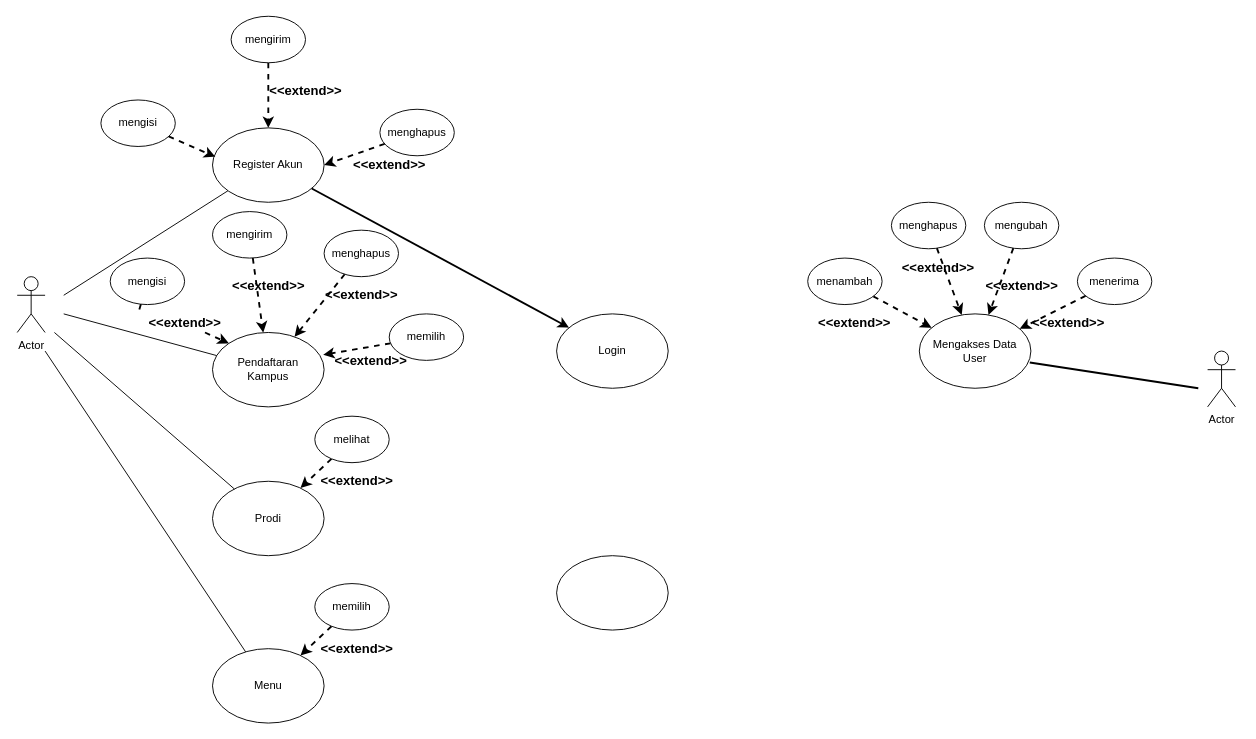
This is page "Page-4" (4 of 4) of pertemuan 12.drawio from dickisepto/Latihan-GIT, a draw.io file, before an edit. Source tidied: cells renumbered, new cells numbered last; positions are measured from the earlier drawing's top-left corner, leaving out a move shared by most shapes. Both pictures are drawn from the tidied source at 93%, with x=0, y=0 at pixel (17, 16).
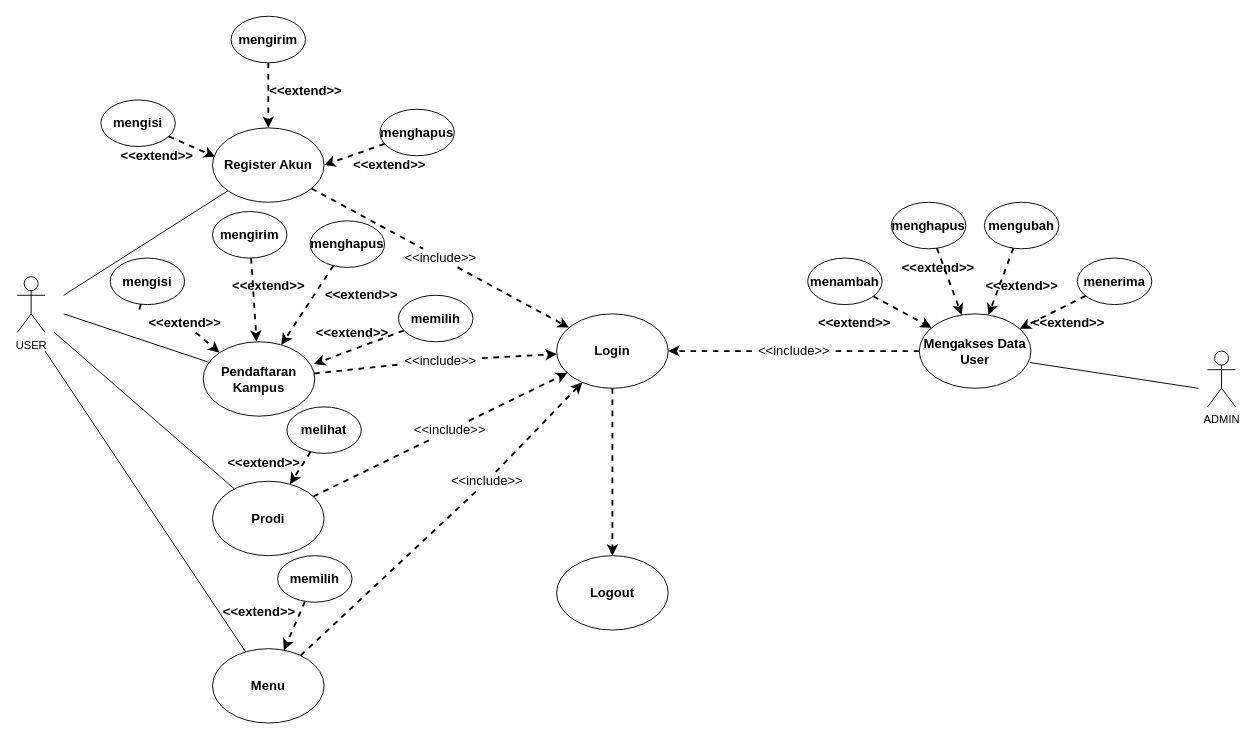
The same page after the edit.

What changed in the source:
```diff
@@
-    <mxCell id="2" value="Actor" style="shape=umlActor;verticalLabelPosition=bottom;verticalAlign=top;html=1;" parent="1" vertex="1">
+    <mxCell id="2" value="USER" style="shape=umlActor;verticalLabelPosition=bottom;verticalAlign=top;html=1;" parent="1" vertex="1">
       <mxGeometry y="280" width="30" height="60" as="geometry" />
     </mxCell>
-    <mxCell id="3" style="edgeStyle=none;rounded=0;jettySize=auto;html=1;fontSize=14;endArrow=classic;endFill=1;strokeWidth=2;" parent="1" edge="1" source="4" target="32">
+    <mxCell id="3" style="edgeStyle=none;rounded=0;jettySize=auto;html=1;fontSize=14;endArrow=classic;endFill=1;strokeWidth=2;dashed=1;startArrow=none;" parent="1" edge="1" source="62" target="32">
       <mxGeometry relative="1" as="geometry" />
     </mxCell>
-    <mxCell id="4" value="Register Akun" style="ellipse;whiteSpace=wrap;html=1;" parent="1" vertex="1">
+    <mxCell id="4" value="Register Akun" style="ellipse;whiteSpace=wrap;html=1;fontSize=14;fontStyle=1;" parent="1" vertex="1">
       <mxGeometry x="210" y="120" width="120" height="80" as="geometry" />
     </mxCell>
+    <mxCell id="57" style="edgeStyle=none;rounded=0;jettySize=auto;html=1;fontSize=14;endArrow=classic;endFill=1;strokeWidth=2;dashed=1;startArrow=none;" parent="1" edge="1" source="68" target="32">
+      <mxGeometry relative="1" as="geometry" />
+    </mxCell>
-    <mxCell id="5" value="&lt;div&gt;Pendaftaran &lt;br&gt;&lt;/div&gt;&lt;div&gt;Kampus&lt;/div&gt;" style="ellipse;whiteSpace=wrap;html=1;" parent="1" vertex="1">
-      <mxGeometry x="210" y="340" width="120" height="80" as="geometry" />
+    <mxCell id="5" value="&lt;div style=&quot;font-size: 14px;&quot;&gt;Pendaftaran &lt;br style=&quot;font-size: 14px;&quot;&gt;&lt;/div&gt;&lt;div style=&quot;font-size: 14px;&quot;&gt;Kampus&lt;/div&gt;" style="ellipse;whiteSpace=wrap;html=1;fontSize=14;fontStyle=1;" parent="1" vertex="1">
+      <mxGeometry x="200" y="350" width="120" height="80" as="geometry" />
     </mxCell>
@@
-    <mxCell id="7" value="melihat" style="ellipse;whiteSpace=wrap;html=1;" parent="1" vertex="1">
-      <mxGeometry x="320" y="430" width="80" height="50" as="geometry" />
+    <mxCell id="7" value="melihat" style="ellipse;whiteSpace=wrap;html=1;fontSize=14;fontStyle=1;" parent="1" vertex="1">
+      <mxGeometry x="290" y="420" width="80" height="50" as="geometry" />
     </mxCell>
@@
-    <mxCell id="9" value="memilih" style="ellipse;whiteSpace=wrap;html=1;" parent="1" vertex="1">
-      <mxGeometry x="320" y="610" width="80" height="50" as="geometry" />
+    <mxCell id="9" value="memilih" style="ellipse;whiteSpace=wrap;html=1;fontSize=14;fontStyle=1;" parent="1" vertex="1">
+      <mxGeometry x="280" y="580" width="80" height="50" as="geometry" />
     </mxCell>
@@
-    <mxCell id="11" value="memilih" style="ellipse;whiteSpace=wrap;html=1;" parent="1" vertex="1">
-      <mxGeometry x="400" y="320" width="80" height="50" as="geometry" />
+    <mxCell id="11" value="memilih" style="ellipse;whiteSpace=wrap;html=1;fontSize=14;fontStyle=1;" parent="1" vertex="1">
+      <mxGeometry x="410" y="300" width="80" height="50" as="geometry" />
     </mxCell>
@@
-    <mxCell id="13" value="menghapus " style="ellipse;whiteSpace=wrap;html=1;" parent="1" vertex="1">
-      <mxGeometry x="330" y="230" width="80" height="50" as="geometry" />
+    <mxCell id="13" value="menghapus " style="ellipse;whiteSpace=wrap;html=1;fontSize=14;fontStyle=1;" parent="1" vertex="1">
+      <mxGeometry x="315" y="220" width="80" height="50" as="geometry" />
     </mxCell>
@@
-    <mxCell id="15" value="mengirim" style="ellipse;whiteSpace=wrap;html=1;" parent="1" vertex="1">
+    <mxCell id="15" value="mengirim" style="ellipse;whiteSpace=wrap;html=1;fontSize=14;fontStyle=1;" parent="1" vertex="1">
       <mxGeometry x="210" y="210" width="80" height="50" as="geometry" />
     </mxCell>
@@
-    <mxCell id="17" value="mengisi" style="ellipse;whiteSpace=wrap;html=1;" parent="1" vertex="1">
+    <mxCell id="17" value="mengisi" style="ellipse;whiteSpace=wrap;html=1;fontSize=14;fontStyle=1;" parent="1" vertex="1">
       <mxGeometry x="100" y="260" width="80" height="50" as="geometry" />
     </mxCell>
@@
-    <mxCell id="19" value="menghapus" style="ellipse;whiteSpace=wrap;html=1;" parent="1" vertex="1">
+    <mxCell id="19" value="menghapus" style="ellipse;whiteSpace=wrap;html=1;fontSize=14;fontStyle=1;" parent="1" vertex="1">
       <mxGeometry x="390" y="100" width="80" height="50" as="geometry" />
     </mxCell>
@@
-    <mxCell id="21" value="mengirim" style="ellipse;whiteSpace=wrap;html=1;" parent="1" vertex="1">
+    <mxCell id="21" value="mengirim" style="ellipse;whiteSpace=wrap;html=1;fontSize=14;fontStyle=1;" parent="1" vertex="1">
       <mxGeometry x="230" width="80" height="50" as="geometry" />
     </mxCell>
@@
-    <mxCell id="23" value="mengisi" style="ellipse;whiteSpace=wrap;html=1;" parent="1" vertex="1">
+    <mxCell id="23" value="mengisi" style="ellipse;whiteSpace=wrap;html=1;fontSize=14;fontStyle=1;" parent="1" vertex="1">
       <mxGeometry x="90" y="90" width="80" height="50" as="geometry" />
     </mxCell>
+    <mxCell id="58" style="edgeStyle=none;rounded=0;jettySize=auto;html=1;fontSize=14;endArrow=classic;endFill=1;strokeWidth=2;dashed=1;startArrow=none;" parent="1" edge="1" source="66" target="32">
+      <mxGeometry relative="1" as="geometry" />
+    </mxCell>
-    <mxCell id="24" value="Prodi" style="ellipse;whiteSpace=wrap;html=1;" parent="1" vertex="1">
+    <mxCell id="24" value="Prodi" style="ellipse;whiteSpace=wrap;html=1;fontSize=14;fontStyle=1;" parent="1" vertex="1">
       <mxGeometry x="210" y="500" width="120" height="80" as="geometry" />
     </mxCell>
+    <mxCell id="59" style="edgeStyle=none;rounded=0;jettySize=auto;html=1;fontSize=14;endArrow=classic;endFill=1;strokeWidth=2;dashed=1;startArrow=none;" parent="1" edge="1" source="64" target="32">
+      <mxGeometry relative="1" as="geometry" />
+    </mxCell>
-    <mxCell id="25" value="Menu" style="ellipse;whiteSpace=wrap;html=1;" parent="1" vertex="1">
+    <mxCell id="25" value="Menu" style="ellipse;whiteSpace=wrap;html=1;fontSize=14;fontStyle=1;" parent="1" vertex="1">
       <mxGeometry x="210" y="680" width="120" height="80" as="geometry" />
     </mxCell>
@@
-    <mxCell id="30" value="Actor" style="shape=umlActor;verticalLabelPosition=bottom;verticalAlign=top;html=1;" parent="1" vertex="1">
+    <mxCell id="30" value="ADMIN" style="shape=umlActor;verticalLabelPosition=bottom;verticalAlign=top;html=1;" parent="1" vertex="1">
       <mxGeometry x="1280" y="360" width="30" height="60" as="geometry" />
     </mxCell>
+    <mxCell id="60" style="edgeStyle=none;rounded=0;jettySize=auto;html=1;dashed=1;fontSize=14;endArrow=classic;endFill=1;strokeWidth=2;startArrow=none;" parent="1" edge="1" source="70" target="32">
+      <mxGeometry relative="1" as="geometry" />
+    </mxCell>
-    <mxCell id="31" value="Mengakses Data User" style="ellipse;whiteSpace=wrap;html=1;" parent="1" vertex="1">
+    <mxCell id="31" value="Mengakses Data User" style="ellipse;whiteSpace=wrap;html=1;fontSize=14;fontStyle=1;" parent="1" vertex="1">
       <mxGeometry x="970" y="320" width="120" height="80" as="geometry" />
     </mxCell>
+    <mxCell id="61" style="edgeStyle=none;rounded=0;jettySize=auto;html=1;dashed=1;fontSize=14;endArrow=classic;endFill=1;strokeWidth=2;" parent="1" edge="1" source="32" target="33">
+      <mxGeometry relative="1" as="geometry" />
+    </mxCell>
-    <mxCell id="32" value="Login" style="ellipse;whiteSpace=wrap;html=1;" parent="1" vertex="1">
+    <mxCell id="32" value="Login" style="ellipse;whiteSpace=wrap;html=1;fontSize=14;fontStyle=1;" parent="1" vertex="1">
       <mxGeometry x="580" y="320" width="120" height="80" as="geometry" />
     </mxCell>
-    <mxCell id="33" style="ellipse;whiteSpace=wrap;html=1;" parent="1" vertex="1">
+    <mxCell id="33" value="Logout" style="ellipse;whiteSpace=wrap;html=1;fontSize=14;fontStyle=1;" parent="1" vertex="1">
       <mxGeometry x="580" y="580" width="120" height="80" as="geometry" />
     </mxCell>
@@
-    <mxCell id="35" value="menerima" style="ellipse;whiteSpace=wrap;html=1;" parent="1" vertex="1">
+    <mxCell id="35" value="menerima" style="ellipse;whiteSpace=wrap;html=1;fontSize=14;fontStyle=1;" parent="1" vertex="1">
       <mxGeometry x="1140" y="260" width="80" height="50" as="geometry" />
     </mxCell>
@@
-    <mxCell id="37" value="mengubah" style="ellipse;whiteSpace=wrap;html=1;" parent="1" vertex="1">
+    <mxCell id="37" value="mengubah" style="ellipse;whiteSpace=wrap;html=1;fontSize=14;fontStyle=1;" parent="1" vertex="1">
       <mxGeometry x="1040" y="200" width="80" height="50" as="geometry" />
     </mxCell>
@@
-    <mxCell id="39" value="menghapus " style="ellipse;whiteSpace=wrap;html=1;" parent="1" vertex="1">
+    <mxCell id="39" value="menghapus " style="ellipse;whiteSpace=wrap;html=1;fontSize=14;fontStyle=1;" parent="1" vertex="1">
       <mxGeometry x="940" y="200" width="80" height="50" as="geometry" />
     </mxCell>
@@
-    <mxCell id="41" value="menambah" style="ellipse;whiteSpace=wrap;html=1;" parent="1" vertex="1">
+    <mxCell id="41" value="menambah" style="ellipse;whiteSpace=wrap;html=1;fontSize=14;fontStyle=1;" parent="1" vertex="1">
       <mxGeometry x="850" y="260" width="80" height="50" as="geometry" />
     </mxCell>
@@
     <mxCell id="44" value="&lt;b&gt;&lt;font style=&quot;font-size: 14px&quot;&gt;&amp;lt;&amp;lt;extend&amp;gt;&amp;gt;&lt;/font&gt;&lt;/b&gt;" style="text;html=1;align=center;verticalAlign=middle;strokeColor=none;fillColor=none;" parent="1" vertex="1">
-      <mxGeometry x="330" y="360" width="100" height="20" as="geometry" />
+      <mxGeometry x="310" y="330" width="100" height="20" as="geometry" />
     </mxCell>
@@
     <mxCell id="50" value="&lt;b&gt;&lt;font style=&quot;font-size: 14px&quot;&gt;&amp;lt;&amp;lt;extend&amp;gt;&amp;gt;&lt;/font&gt;&lt;/b&gt;" style="text;html=1;align=center;verticalAlign=middle;strokeColor=none;fillColor=none;" parent="1" vertex="1">
-      <mxGeometry x="315" y="670" width="100" height="20" as="geometry" />
+      <mxGeometry x="210" y="630" width="100" height="20" as="geometry" />
     </mxCell>
     <mxCell id="51" value="&lt;b&gt;&lt;font style=&quot;font-size: 14px&quot;&gt;&amp;lt;&amp;lt;extend&amp;gt;&amp;gt;&lt;/font&gt;&lt;/b&gt;" style="text;html=1;align=center;verticalAlign=middle;strokeColor=none;fillColor=none;" parent="1" vertex="1">
-      <mxGeometry x="315" y="490" width="100" height="20" as="geometry" />
+      <mxGeometry x="215" y="470" width="100" height="20" as="geometry" />
     </mxCell>
@@
-    <mxCell id="56" style="endArrow=none;html=1;rounded=0;fontSize=14;strokeWidth=2;exitX=0.99;exitY=0.654;exitDx=0;exitDy=0;exitPerimeter=0;" parent="1" edge="1" source="31">
+    <mxCell id="56" style="endArrow=none;html=1;rounded=0;fontSize=14;strokeWidth=1;exitX=0.99;exitY=0.654;exitDx=0;exitDy=0;exitPerimeter=0;" parent="1" edge="1" source="31">
       <mxGeometry relative="1" as="geometry">
         <mxPoint x="1270" y="400" as="targetPoint" />
       </mxGeometry>
     </mxCell>
+    <mxCell id="62" value="&amp;lt;&amp;lt;include&amp;gt;&amp;gt;" style="text;html=1;align=center;verticalAlign=middle;points=[];strokeColor=none;fillColor=none;fontSize=14;" parent="1" vertex="1">
+      <mxGeometry x="410" y="250" width="90" height="20" as="geometry" />
+    </mxCell>
+    <mxCell id="63" style="edgeStyle=none;rounded=0;jettySize=auto;html=1;fontSize=14;endArrow=none;endFill=1;strokeWidth=2;dashed=1;" parent="1" edge="1" source="4" target="62">
+      <mxGeometry relative="1" as="geometry" />
+    </mxCell>
+    <mxCell id="64" value="&amp;lt;&amp;lt;include&amp;gt;&amp;gt;" style="text;html=1;align=center;verticalAlign=middle;points=[];strokeColor=none;fillColor=none;fontSize=14;" parent="1" vertex="1">
+      <mxGeometry x="460" y="490" width="90" height="20" as="geometry" />
+    </mxCell>
+    <mxCell id="65" style="edgeStyle=none;rounded=0;jettySize=auto;html=1;fontSize=14;endArrow=none;endFill=1;strokeWidth=2;dashed=1;" parent="1" edge="1" source="25" target="64">
+      <mxGeometry relative="1" as="geometry" />
+    </mxCell>
+    <mxCell id="66" value="&amp;lt;&amp;lt;include&amp;gt;&amp;gt;" style="text;html=1;align=center;verticalAlign=middle;points=[];strokeColor=none;fillColor=none;fontSize=14;" parent="1" vertex="1">
+      <mxGeometry x="420" y="435" width="90" height="20" as="geometry" />
+    </mxCell>
+    <mxCell id="67" style="edgeStyle=none;rounded=0;jettySize=auto;html=1;fontSize=14;endArrow=none;endFill=1;strokeWidth=2;dashed=1;" parent="1" edge="1" source="24" target="66">
+      <mxGeometry relative="1" as="geometry" />
+    </mxCell>
+    <mxCell id="68" value="&amp;lt;&amp;lt;include&amp;gt;&amp;gt;" style="text;html=1;align=center;verticalAlign=middle;points=[];strokeColor=none;fillColor=none;fontSize=14;" parent="1" vertex="1">
+      <mxGeometry x="410" y="360" width="90" height="20" as="geometry" />
+    </mxCell>
+    <mxCell id="69" style="edgeStyle=none;rounded=0;jettySize=auto;html=1;fontSize=14;endArrow=none;endFill=1;strokeWidth=2;dashed=1;" parent="1" edge="1" source="5" target="68">
+      <mxGeometry relative="1" as="geometry" />
+    </mxCell>
+    <mxCell id="70" value="&amp;lt;&amp;lt;include&amp;gt;&amp;gt;" style="text;html=1;align=center;verticalAlign=middle;points=[];strokeColor=none;fillColor=none;fontSize=14;" parent="1" vertex="1">
+      <mxGeometry x="790" y="350" width="90" height="20" as="geometry" />
+    </mxCell>
+    <mxCell id="71" style="edgeStyle=none;rounded=0;jettySize=auto;html=1;dashed=1;fontSize=14;endArrow=none;endFill=1;strokeWidth=2;" parent="1" edge="1" source="31" target="70">
+      <mxGeometry relative="1" as="geometry" />
+    </mxCell>
+    <mxCell id="72" value="&lt;b&gt;&lt;font style=&quot;font-size: 14px&quot;&gt;&amp;lt;&amp;lt;extend&amp;gt;&amp;gt;&lt;/font&gt;&lt;/b&gt;" style="text;html=1;align=center;verticalAlign=middle;strokeColor=none;fillColor=none;" parent="1" vertex="1">
+      <mxGeometry x="100" y="140" width="100" height="20" as="geometry" />
+    </mxCell>
```
